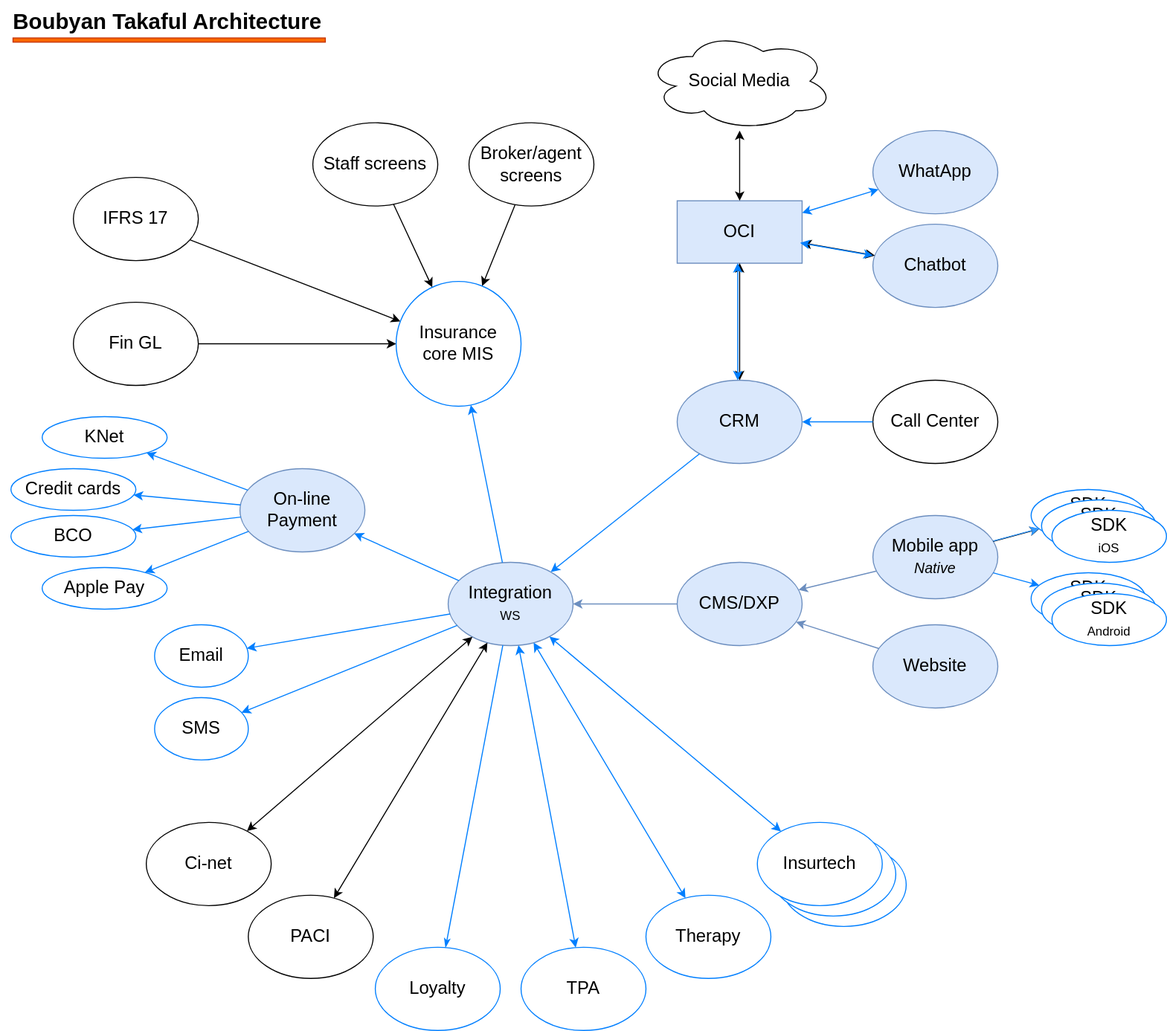
computerchi/athome keeps this draw.io diagram as Astra Components(5).drawio.svg. Above is the earlier version. Source tidied: cells renumbered, new cells last; positions are measured from the earlier drawing's top-left corner, leaving out a move shared by most shapes.
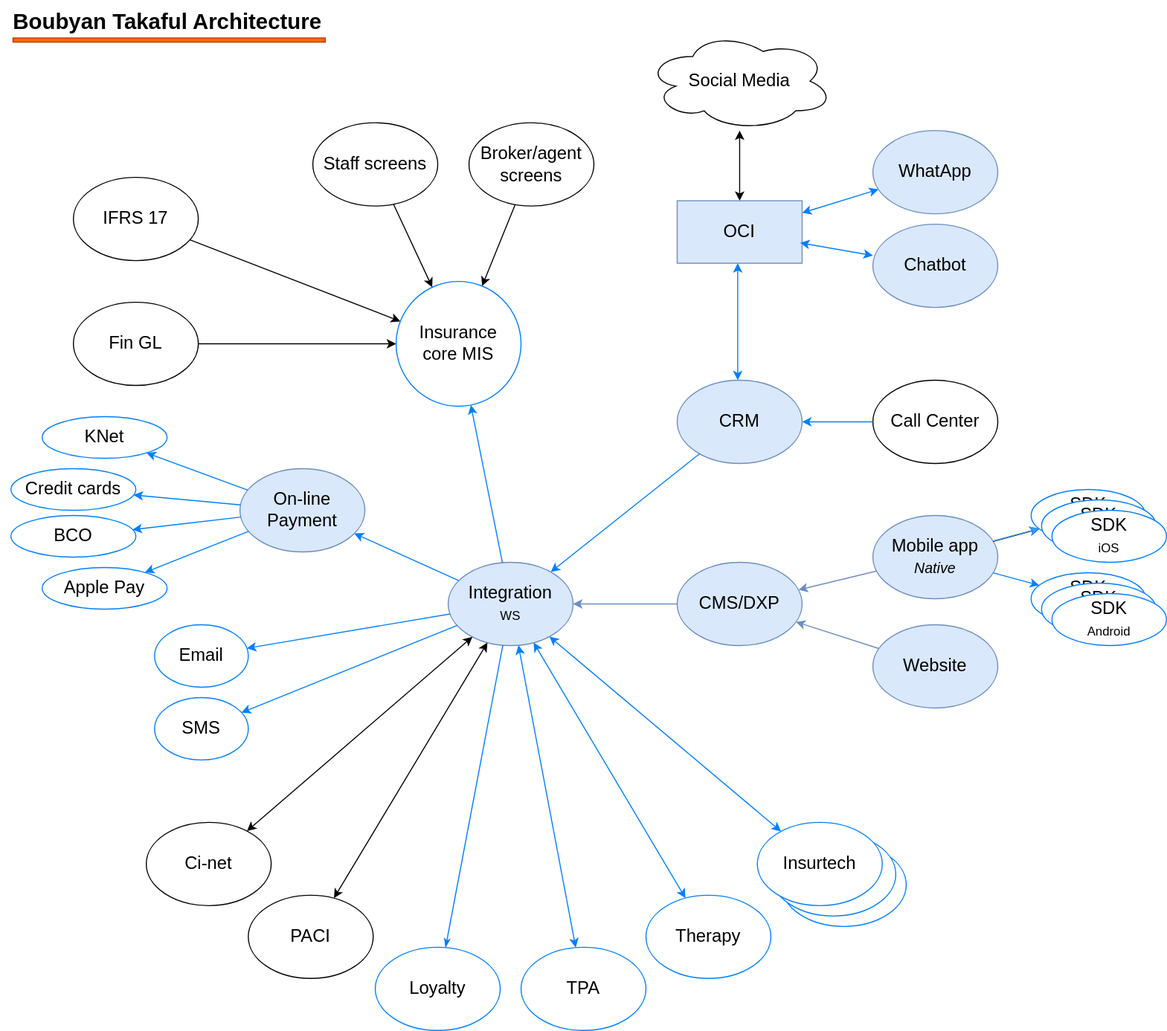
After the commit.

Change to the diagram source:
```diff
@@ -59,12 +59,6 @@
     <mxCell id="20" value="Chatbot" style="ellipse;whiteSpace=wrap;html=1;fontSize=17;fillColor=#dae8fc;strokeColor=#6c8ebf;" parent="1" vertex="1">
       <mxGeometry x="838" y="215" width="120" height="80" as="geometry" />
     </mxCell>
-    <mxCell id="21" style="endArrow=classic;startArrow=classic;html=1;rounded=0;fontSize=17;" parent="1" edge="1" source="19" target="20">
-      <mxGeometry relative="1" as="geometry" />
-    </mxCell>
-    <mxCell id="22" style="endArrow=classic;startArrow=classic;html=1;rounded=0;fontSize=17;" parent="1" edge="1" source="9" target="19">
-      <mxGeometry relative="1" as="geometry" />
-    </mxCell>
     <mxCell id="23" value="Social Media" style="ellipse;shape=cloud;whiteSpace=wrap;html=1;fontSize=17;" parent="1" vertex="1">
       <mxGeometry x="620" y="30" width="180" height="95" as="geometry" />
     </mxCell>
```
